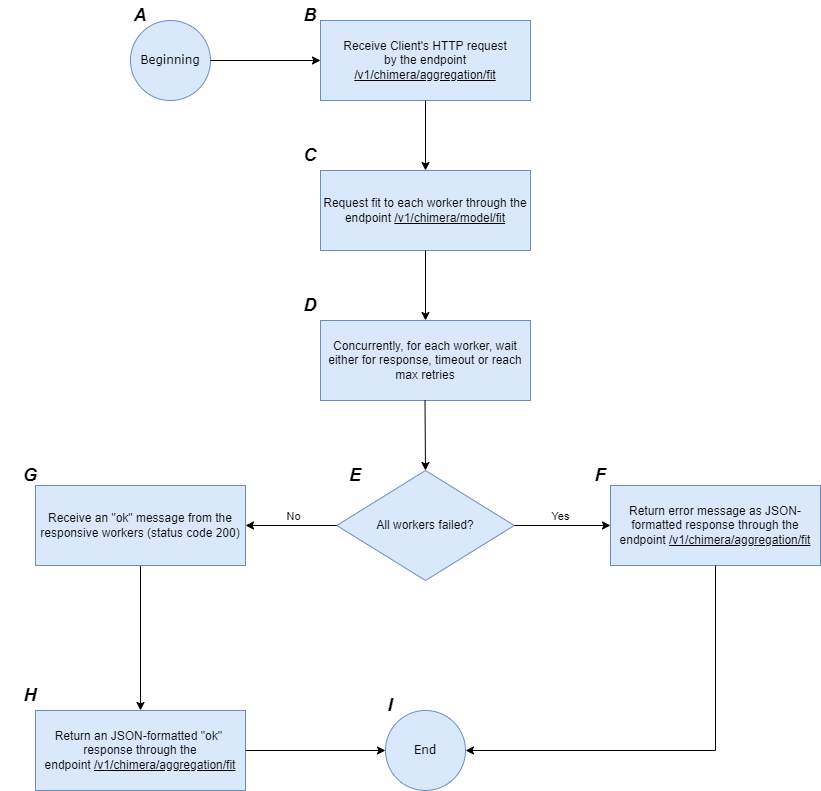
The draw.io diagram images/master/aggregation_master_fit_state_machine_flowchart.png in Samirnunes/chimera, before a commit. Source tidied: cells renumbered, new cells last; positions are measured from the earlier drawing's top-left corner, leaving out a move shared by most shapes.
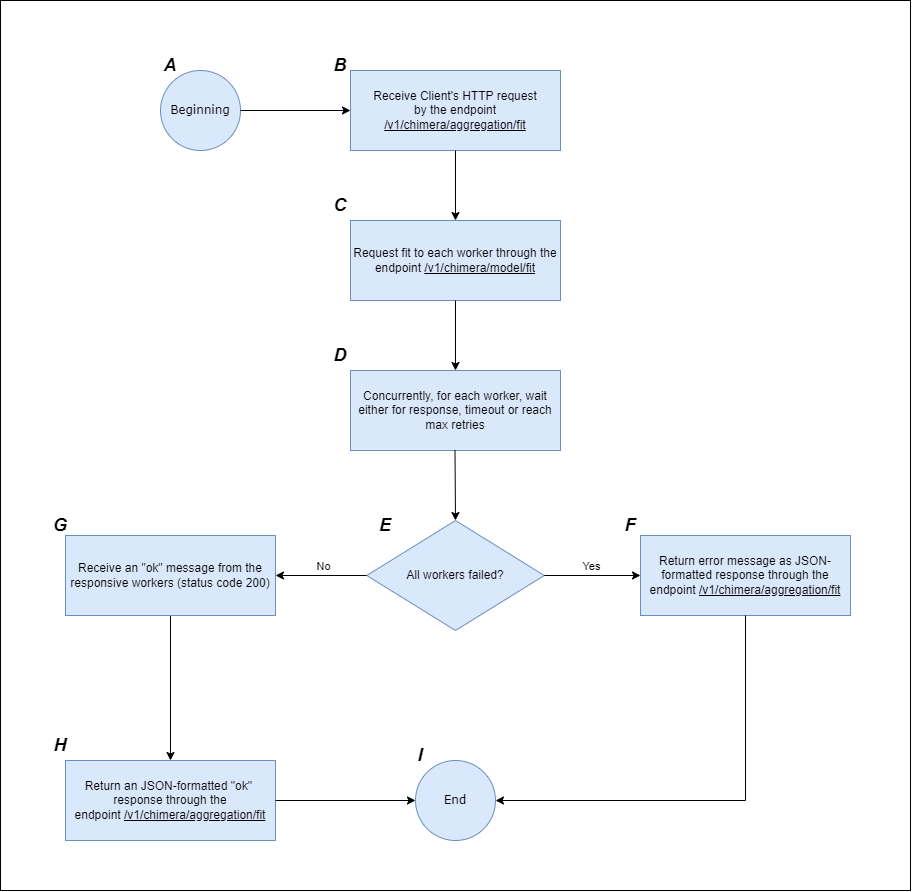
After the change.

Change to the diagram source:
```diff
@@ -2,6 +2,9 @@
   <root>
     <mxCell id="0" />
     <mxCell id="1" parent="0" />
+    <mxCell id="31" style="rounded=0;whiteSpace=wrap;html=1;" parent="1" vertex="1">
+      <mxGeometry x="-30" y="-50" width="910" height="890" as="geometry" />
+    </mxCell>
     <mxCell id="2" value="&lt;font face=&quot;Verdana&quot;&gt;Beginning&lt;/font&gt;" style="ellipse;whiteSpace=wrap;html=1;fillColor=#dae8fc;strokeColor=#6c8ebf;" parent="1" vertex="1">
       <mxGeometry x="130" y="20" width="80" height="80" as="geometry" />
     </mxCell>
```
